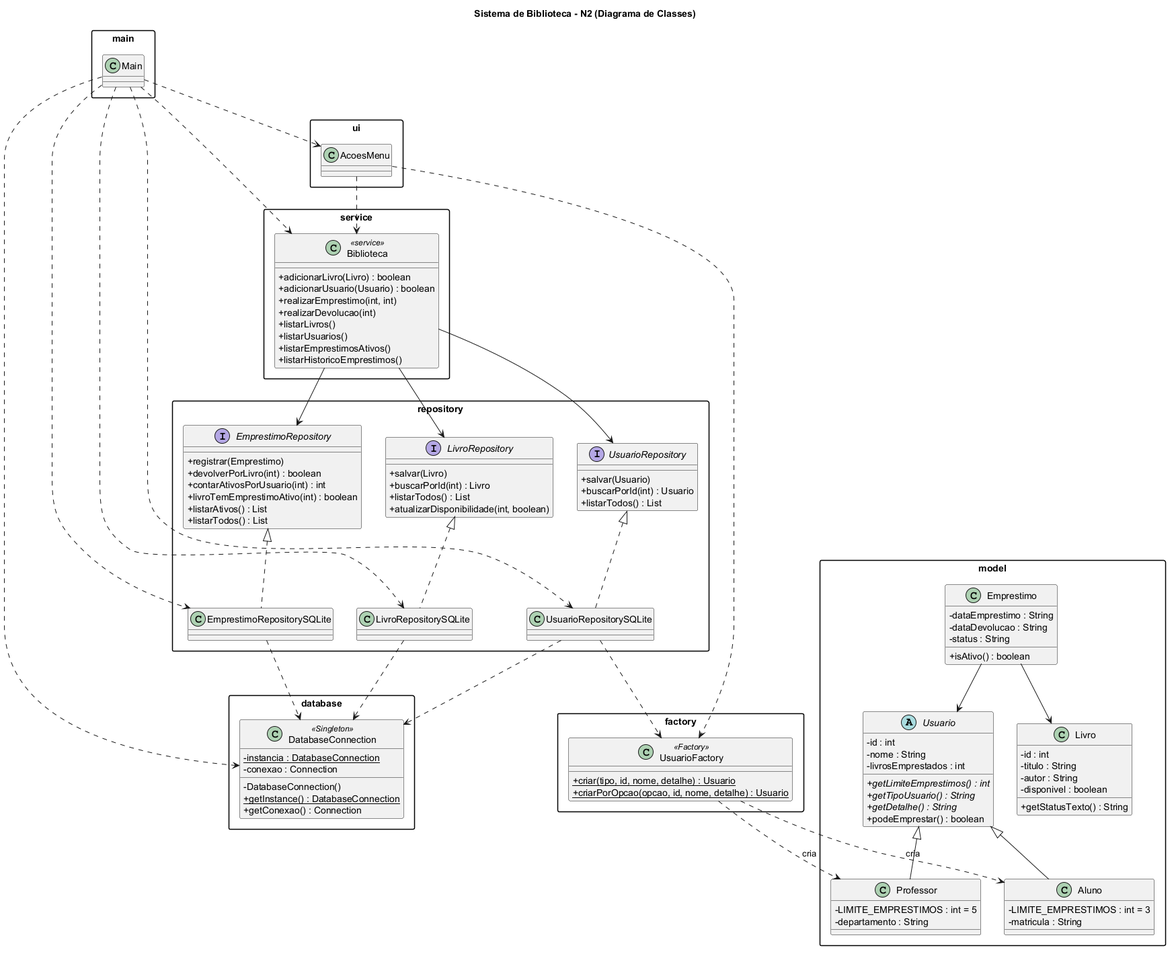
This is N2/docs/diagrama-classes.png from Leonardolraf/Sistema-de-Biblioteca-em-Java, a PlantUML export, as it was before one commit. Its diagram source:
```plantuml
@startuml
skinparamlocked metana null
title Sistema de Biblioteca - N2 (Diagrama de Classes)

skinparam classAttributeIconSize 0
skinparam shadowing false
skinparam packageStyle rectangle

package model {
  abstract class Usuario {
    - id : int
    - nome : String
    - livrosEmprestados : int
    + {abstract} getLimiteEmprestimos() : int
    + {abstract} getTipoUsuario() : String
    + {abstract} getDetalhe() : String
    + podeEmprestar() : boolean
  }
  class Aluno {
    - LIMITE_EMPRESTIMOS : int = 3
    - matricula : String
  }
  class Professor {
    - LIMITE_EMPRESTIMOS : int = 5
    - departamento : String
  }
  class Livro {
    - id : int
    - titulo : String
    - autor : String
    - disponivel : boolean
    + getStatusTexto() : String
  }
  class Emprestimo {
    - dataEmprestimo : String
    - dataDevolucao : String
    - status : String
    + isAtivo() : boolean
  }
}

package factory {
  class UsuarioFactory <<Factory>> {
    + {static} criar(tipo, id, nome, detalhe) : Usuario
    + {static} criarPorOpcao(opcao, id, nome, detalhe) : Usuario
  }
}

package database {
  class DatabaseConnection <<Singleton>> {
    - {static} instancia : DatabaseConnection
    - conexao : Connection
    - DatabaseConnection()
    + {static} getInstance() : DatabaseConnection
    + getConexao() : Connection
  }
}

package repository {
  interface LivroRepository {
    + salvar(Livro)
    + buscarPorId(int) : Livro
    + listarTodos() : List
    + atualizarDisponibilidade(int, boolean)
  }
  interface UsuarioRepository {
    + salvar(Usuario)
    + buscarPorId(int) : Usuario
    + listarTodos() : List
  }
  interface EmprestimoRepository {
    + registrar(Emprestimo)
    + devolverPorLivro(int) : boolean
    + contarAtivosPorUsuario(int) : int
    + livroTemEmprestimoAtivo(int) : boolean
    + listarAtivos() : List
    + listarTodos() : List
  }
  class LivroRepositorySQLite
  class UsuarioRepositorySQLite
  class EmprestimoRepositorySQLite
}

package service {
  class Biblioteca <<service>> {
    + adicionarLivro(Livro) : boolean
    + adicionarUsuario(Usuario) : boolean
    + realizarEmprestimo(int, int)
    + realizarDevolucao(int)
    + listarLivros()
    + listarUsuarios()
    + listarEmprestimosAtivos()
    + listarHistoricoEmprestimos()
  }
}

package ui {
  class AcoesMenu
}

package main {
  class Main
}

Usuario <|-- Aluno
Usuario <|-- Professor

Emprestimo --> Usuario
Emprestimo --> Livro

UsuarioFactory ..> Aluno : cria
UsuarioFactory ..> Professor : cria

LivroRepository <|.. LivroRepositorySQLite
UsuarioRepository <|.. UsuarioRepositorySQLite
EmprestimoRepository <|.. EmprestimoRepositorySQLite

LivroRepositorySQLite ..> DatabaseConnection
UsuarioRepositorySQLite ..> DatabaseConnection
EmprestimoRepositorySQLite ..> DatabaseConnection
UsuarioRepositorySQLite ..> UsuarioFactory

Biblioteca --> LivroRepository
Biblioteca --> UsuarioRepository
Biblioteca --> EmprestimoRepository

AcoesMenu ..> Biblioteca
AcoesMenu ..> UsuarioFactory
Main ..> Biblioteca
Main ..> AcoesMenu
Main ..> DatabaseConnection
Main ..> LivroRepositorySQLite
Main ..> UsuarioRepositorySQLite
Main ..> EmprestimoRepositorySQLite

@enduml
```
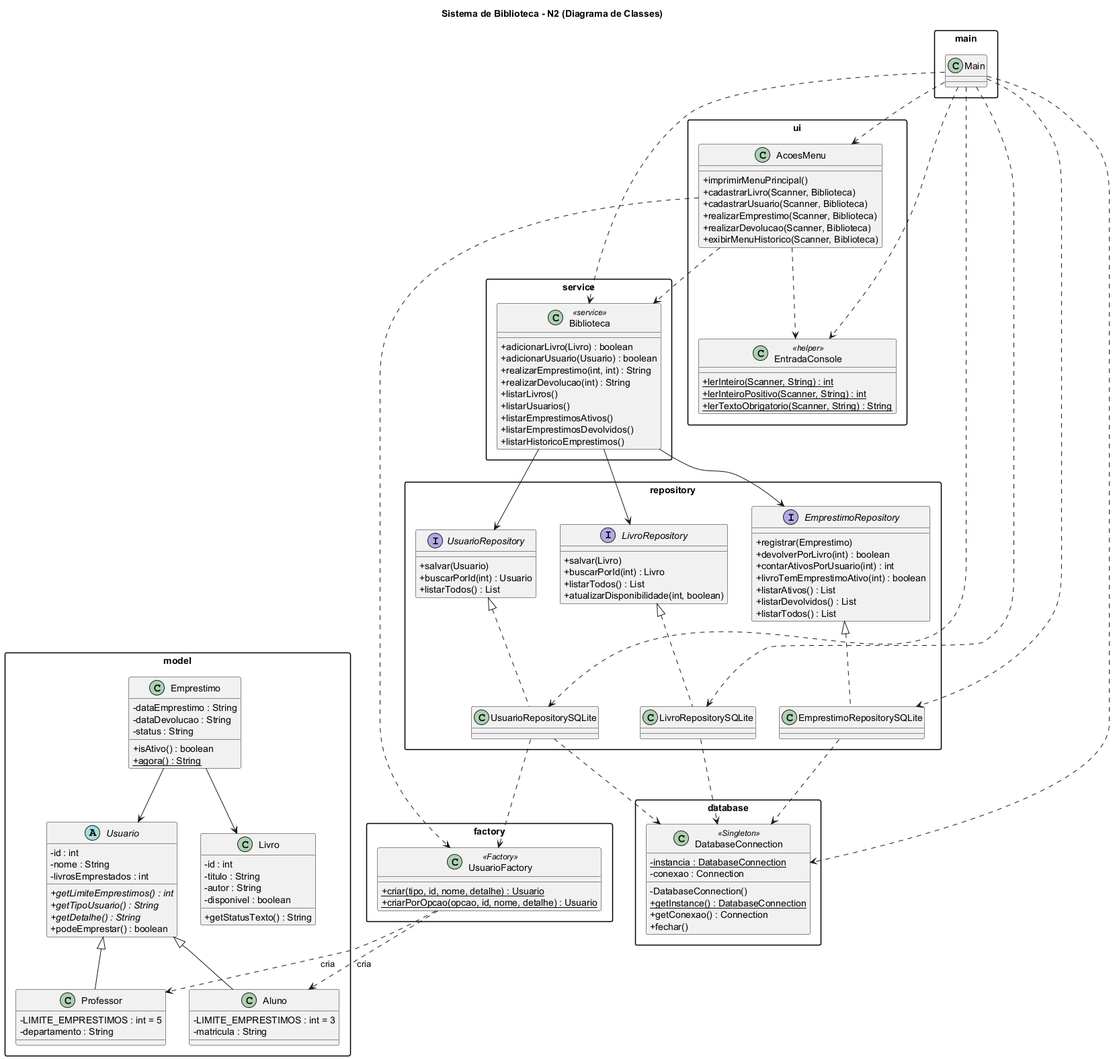
After the change.

Diff of the diagram source:
```diff
@@ -1,5 +1,4 @@
 @startuml
-skinparamlocked metana null
 title Sistema de Biblioteca - N2 (Diagrama de Classes)
 
 skinparam classAttributeIconSize 0
@@ -36,6 +35,7 @@
     - dataDevolucao : String
     - status : String
     + isAtivo() : boolean
+    + {static} agora() : String
   }
 }
 
@@ -53,6 +53,7 @@
     - DatabaseConnection()
     + {static} getInstance() : DatabaseConnection
     + getConexao() : Connection
+    + fechar()
   }
 }
 
@@ -74,6 +75,7 @@
     + contarAtivosPorUsuario(int) : int
     + livroTemEmprestimoAtivo(int) : boolean
     + listarAtivos() : List
+    + listarDevolvidos() : List
     + listarTodos() : List
   }
   class LivroRepositorySQLite
@@ -85,17 +87,30 @@
   class Biblioteca <<service>> {
     + adicionarLivro(Livro) : boolean
     + adicionarUsuario(Usuario) : boolean
-    + realizarEmprestimo(int, int)
-    + realizarDevolucao(int)
+    + realizarEmprestimo(int, int) : String
+    + realizarDevolucao(int) : String
     + listarLivros()
     + listarUsuarios()
     + listarEmprestimosAtivos()
+    + listarEmprestimosDevolvidos()
     + listarHistoricoEmprestimos()
   }
 }
 
 package ui {
-  class AcoesMenu
+  class AcoesMenu {
+    + imprimirMenuPrincipal()
+    + cadastrarLivro(Scanner, Biblioteca)
+    + cadastrarUsuario(Scanner, Biblioteca)
+    + realizarEmprestimo(Scanner, Biblioteca)
+    + realizarDevolucao(Scanner, Biblioteca)
+    + exibirMenuHistorico(Scanner, Biblioteca)
+  }
+  class EntradaConsole <<helper>> {
+    + {static} lerInteiro(Scanner, String) : int
+    + {static} lerInteiroPositivo(Scanner, String) : int
+    + {static} lerTextoObrigatorio(Scanner, String) : String
+  }
 }
 
 package main {
@@ -126,8 +141,10 @@
 
 AcoesMenu ..> Biblioteca
 AcoesMenu ..> UsuarioFactory
+AcoesMenu ..> EntradaConsole
 Main ..> Biblioteca
 Main ..> AcoesMenu
+Main ..> EntradaConsole
 Main ..> DatabaseConnection
 Main ..> LivroRepositorySQLite
 Main ..> UsuarioRepositorySQLite
```
